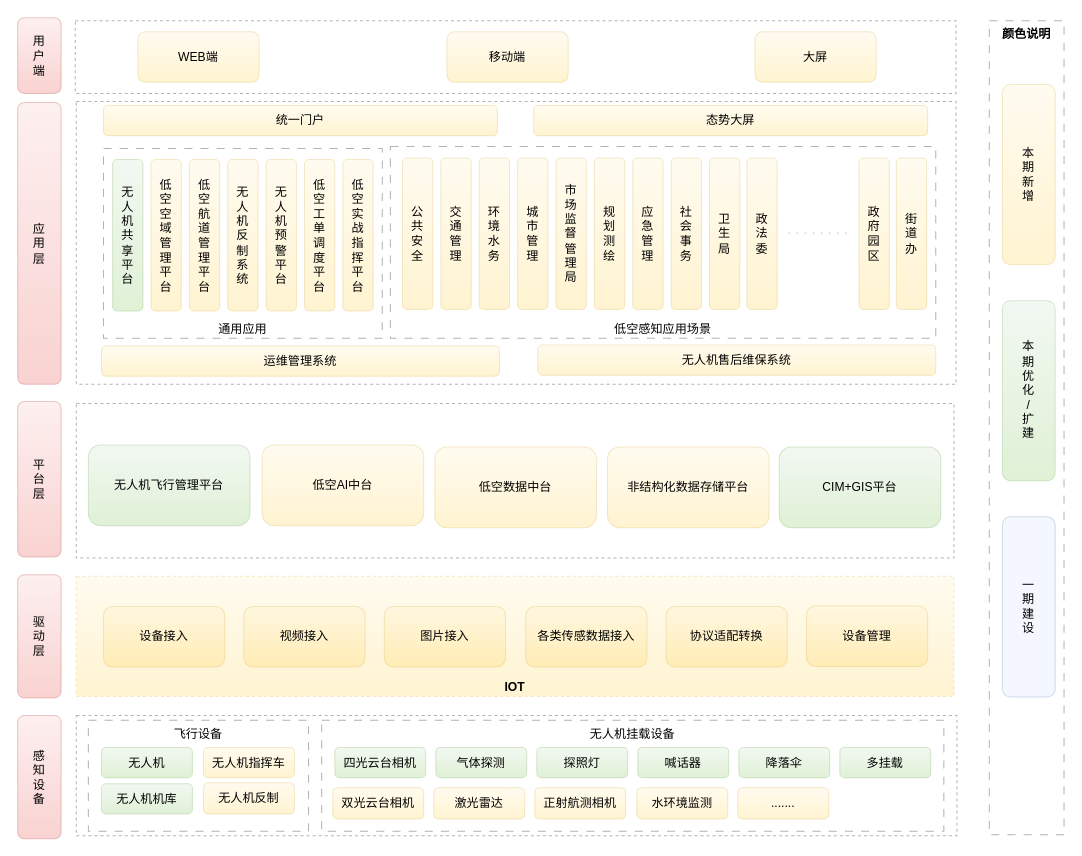
This is 总体架构2.drawio from yangchenyu/micro-service, a draw.io file, before an edit. Source tidied: cells renumbered, new cells numbered last; positions are measured from the earlier drawing's top-left corner, leaving out a move shared by most shapes. Both pictures are drawn from the tidied source at 101%, with x=0, y=0 at pixel (17, 17).
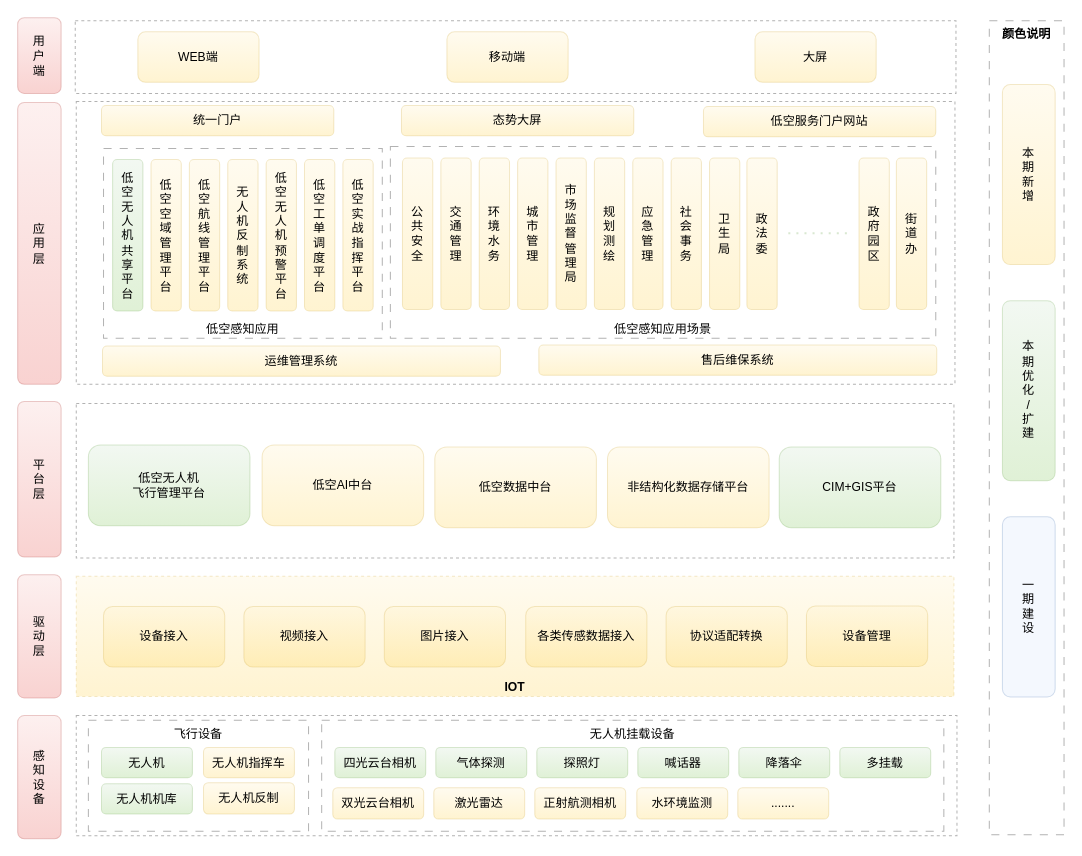
After the change.

Commit message:
更新总体架构2.drawio

Unchanged cells that the change refers to:
```xml
<mxCell id="29" style="group;" parent="1" vertex="1">
  <mxGeometry x="85" y="129.5" width="276" height="188" as="geometry" />
</mxCell>
```

Change to the diagram source:
```diff
@@
-    <mxCell id="15" value="无人机飞行管理平台" style="rounded=1;whiteSpace=wrap;html=1;opacity=30;fillColor=#d5e8d4;gradientColor=#97d077;strokeColor=#82b366;" parent="1" vertex="1">
+    <mxCell id="15" value="低空无人机&lt;br&gt;飞行管理平台" style="rounded=1;whiteSpace=wrap;html=1;opacity=30;fillColor=#d5e8d4;gradientColor=#97d077;strokeColor=#82b366;" parent="1" vertex="1">
       <mxGeometry x="70" y="423" width="160" height="80" as="geometry" />
     </mxCell>
@@
     <mxCell id="17" style="rounded=0;whiteSpace=wrap;html=1;verticalAlign=middle;opacity=30;fillColor=default;strokeColor=default;glass=0;dashed=1;" parent="1" vertex="1">
-      <mxGeometry x="58" y="83" width="871" height="280" as="geometry" />
+      <mxGeometry x="58" y="83" width="870" height="280" as="geometry" />
     </mxCell>
     <mxCell id="18" value="统一门户" style="rounded=1;whiteSpace=wrap;html=1;opacity=30;fillColor=#fff2cc;strokeColor=#d6b656;gradientColor=#ffd966;" parent="1" vertex="1">
-      <mxGeometry x="85" y="87" width="390" height="30" as="geometry" />
+      <mxGeometry x="83" y="87" width="230" height="30" as="geometry" />
     </mxCell>
     <mxCell id="19" value="运维管理系统" style="rounded=1;whiteSpace=wrap;html=1;opacity=30;fillColor=#fff2cc;strokeColor=#d6b656;gradientColor=#ffd966;" parent="1" vertex="1">
-      <mxGeometry x="83" y="325" width="394" height="30" as="geometry" />
+      <mxGeometry x="84" y="325" width="394" height="30" as="geometry" />
     </mxCell>
@@
     <mxCell id="23" value="态势大屏" style="rounded=1;whiteSpace=wrap;html=1;opacity=30;fillColor=#fff2cc;strokeColor=#d6b656;gradientColor=#ffd966;" parent="1" vertex="1">
-      <mxGeometry x="511" y="87" width="390" height="30" as="geometry" />
+      <mxGeometry x="380" y="87" width="230" height="30" as="geometry" />
     </mxCell>
@@
-    <mxCell id="30" value="通用应用" style="rounded=0;whiteSpace=wrap;html=1;opacity=30;verticalAlign=bottom;dashed=1;dashPattern=8 8;" parent="29" vertex="1">
+    <mxCell id="30" value="低空感知应用" style="rounded=0;whiteSpace=wrap;html=1;opacity=30;verticalAlign=bottom;dashed=1;dashPattern=8 8;" parent="29" vertex="1">
       <mxGeometry width="276" height="188" as="geometry" />
     </mxCell>
@@
-    <mxCell id="32" value="低&lt;br&gt;空&lt;br&gt;航&lt;br&gt;道&lt;br&gt;管&lt;br&gt;理&lt;br&gt;平&lt;br&gt;台" style="rounded=1;whiteSpace=wrap;html=1;opacity=30;fillColor=#fff2cc;strokeColor=#d6b656;gradientColor=#ffd966;" parent="29" vertex="1">
+    <mxCell id="32" value="低&lt;br&gt;空&lt;br&gt;航&lt;br&gt;线&lt;br&gt;管&lt;br&gt;理&lt;br&gt;平&lt;br&gt;台" style="rounded=1;whiteSpace=wrap;html=1;opacity=30;fillColor=#fff2cc;strokeColor=#d6b656;gradientColor=#ffd966;" parent="29" vertex="1">
       <mxGeometry x="85" y="11" width="30" height="150" as="geometry" />
     </mxCell>
@@
-    <mxCell id="34" value="无&lt;br&gt;人&lt;br&gt;机&lt;br&gt;预&lt;br&gt;警&lt;br&gt;平&lt;br&gt;台" style="rounded=1;whiteSpace=wrap;html=1;opacity=30;fillColor=#fff2cc;strokeColor=#d6b656;gradientColor=#ffd966;" parent="29" vertex="1">
+    <mxCell id="34" value="低&lt;br style=&quot;border-color: var(--border-color);&quot;&gt;空&lt;br&gt;无&lt;br&gt;人&lt;br&gt;机&lt;br&gt;预&lt;br&gt;警&lt;br&gt;平&lt;br&gt;台" style="rounded=1;whiteSpace=wrap;html=1;opacity=30;fillColor=#fff2cc;strokeColor=#d6b656;gradientColor=#ffd966;" parent="29" vertex="1">
       <mxGeometry x="161" y="11" width="30" height="150" as="geometry" />
     </mxCell>
-    <mxCell id="35" value="无&lt;br&gt;人&lt;br&gt;机&lt;br&gt;共&lt;br&gt;享&lt;br&gt;平&lt;br&gt;台" style="rounded=1;whiteSpace=wrap;html=1;opacity=30;fillColor=#d5e8d4;strokeColor=#82b366;gradientColor=#97d077;" parent="29" vertex="1">
+    <mxCell id="35" value="低&lt;br&gt;空&lt;br&gt;无&lt;br&gt;人&lt;br&gt;机&lt;br&gt;共&lt;br&gt;享&lt;br&gt;平&lt;br&gt;台" style="rounded=1;whiteSpace=wrap;html=1;opacity=30;fillColor=#d5e8d4;strokeColor=#82b366;gradientColor=#97d077;" parent="29" vertex="1">
       <mxGeometry x="9" y="11" width="30" height="150" as="geometry" />
     </mxCell>
@@
-    <mxCell id="74" value="无人机售后维保系统" style="rounded=1;whiteSpace=wrap;html=1;opacity=30;fillColor=#fff2cc;strokeColor=#d6b656;gradientColor=#ffd966;" parent="1" vertex="1">
-      <mxGeometry x="515" y="324" width="394" height="30" as="geometry" />
+    <mxCell id="74" value="售后维保系统" style="rounded=1;whiteSpace=wrap;html=1;opacity=30;fillColor=#fff2cc;strokeColor=#d6b656;gradientColor=#ffd966;" parent="1" vertex="1">
+      <mxGeometry x="516" y="324" width="394" height="30" as="geometry" />
     </mxCell>
+    <mxCell id="75" value="低空服务门户网站" style="rounded=1;whiteSpace=wrap;html=1;opacity=30;fillColor=#fff2cc;strokeColor=#d6b656;gradientColor=#ffd966;" parent="1" vertex="1">
+      <mxGeometry x="679" y="88" width="230" height="30" as="geometry" />
+    </mxCell>
```
